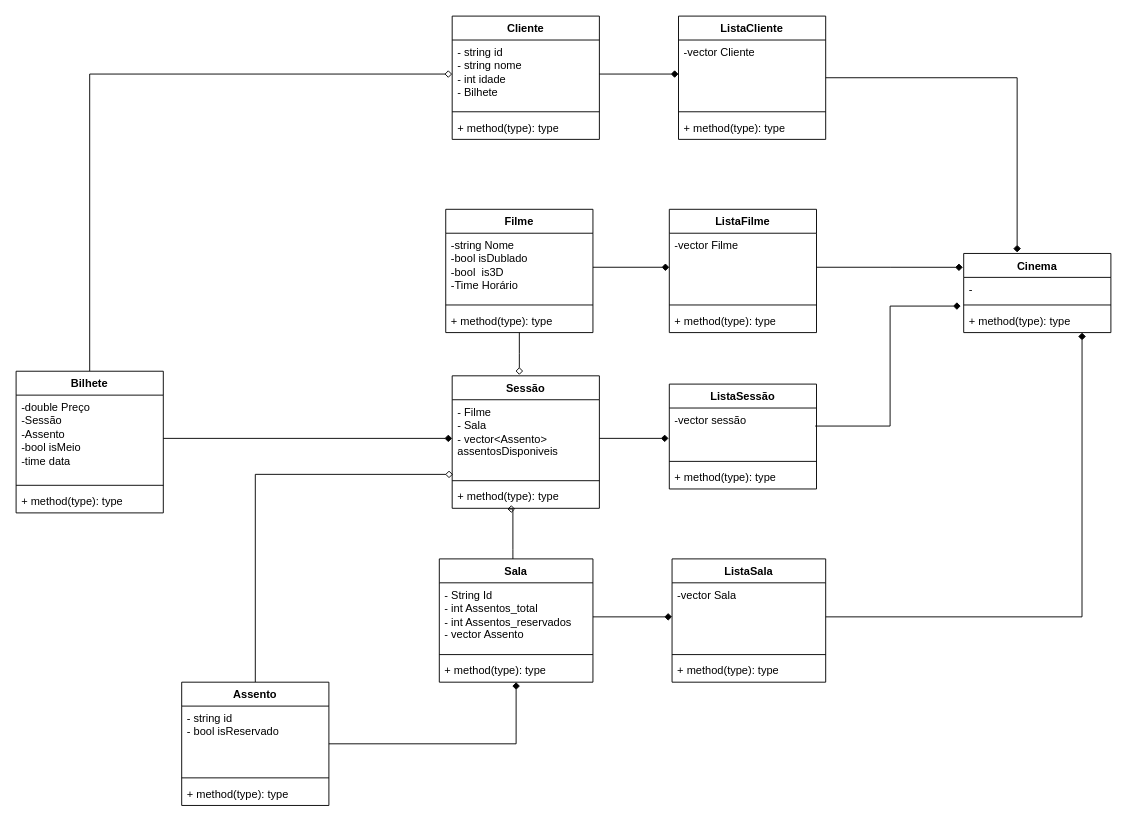
Before: Diagrama sem nome.drawio in eramoss/CineCon, a draw.io diagram. Source tidied: cells renumbered, new cells numbered last; positions are measured from the earlier drawing's top-left corner, leaving out a move shared by most shapes. Both pictures are drawn from the tidied source at 92%, with x=0, y=0 at pixel (16, 16).
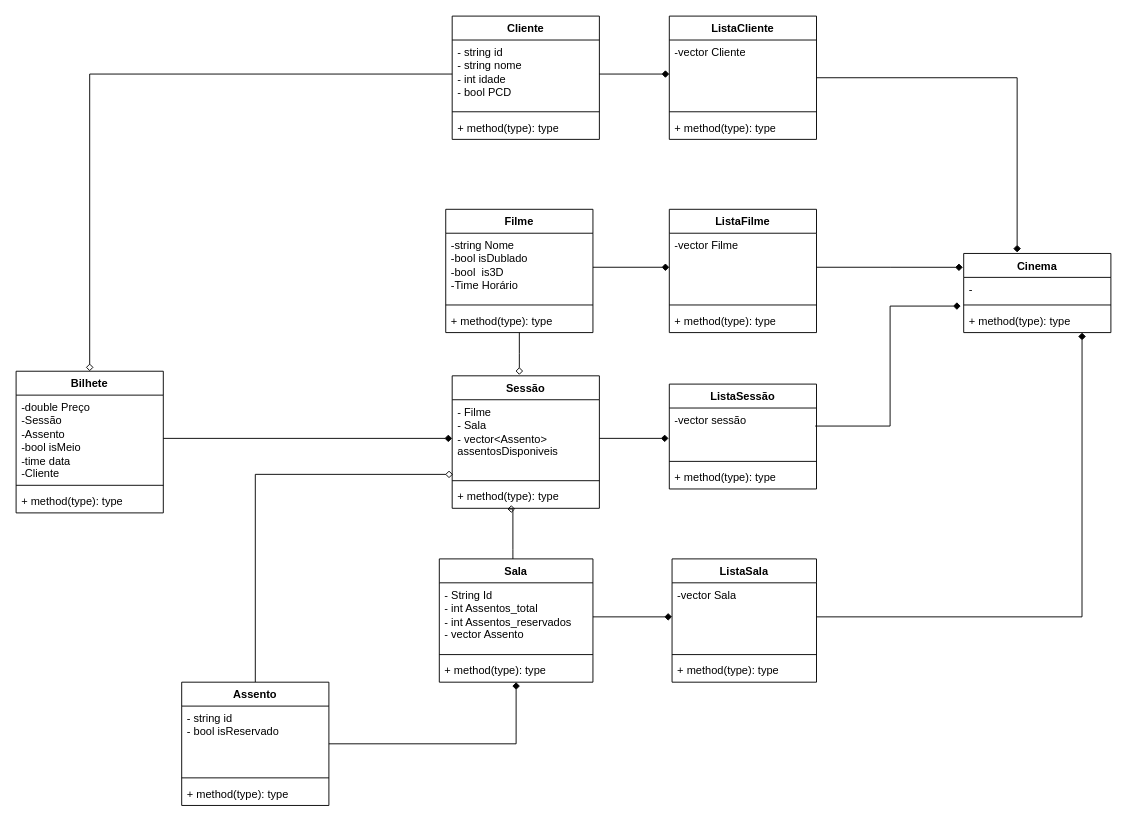
After the change.

Commit message:
add atributo pcd para cliente

The change refers to these unchanged cells:
```xml
<mxCell id="7" value="Bilhete" style="swimlane;fontStyle=1;align=center;verticalAlign=top;horizontal=1;startSize=26;whiteSpace=wrap;html=1;" parent="1" vertex="1">
  <mxGeometry y="386" width="160" height="154" as="geometry" />
</mxCell>
<mxCell id="11" value="Cliente" style="swimlane;fontStyle=1;align=center;verticalAlign=top;horizontal=1;startSize=26;whiteSpace=wrap;html=1;" parent="1" vertex="1">
  <mxGeometry x="474" width="160" height="134" as="geometry" />
</mxCell>
```

Diff of the diagram source:
```diff
@@
-    <mxCell id="6" style="edgeStyle=orthogonalEdgeStyle;rounded=0;jettySize=auto;html=1;entryX=0;entryY=0.5;entryDx=0;entryDy=0;endArrow=diamond;endFill=0;" parent="1" edge="1" source="7" target="12">
+    <mxCell id="6" style="edgeStyle=orthogonalEdgeStyle;rounded=0;jettySize=auto;html=1;entryX=0;entryY=0.5;entryDx=0;entryDy=0;endArrow=none;endFill=0;startArrow=diamond;startFill=0;" parent="1" edge="1" source="7" target="12">
       <mxGeometry relative="1" as="geometry" />
     </mxCell>
@@
-    <mxCell id="8" value="-double Preço&lt;br&gt;&lt;div&gt;-Sessão&lt;/div&gt;&lt;div&gt;-Assento&lt;br&gt;&lt;/div&gt;&lt;div&gt;-bool isMeio&lt;/div&gt;&lt;div&gt;-time data&lt;br&gt;&lt;/div&gt;" style="text;strokeColor=none;fillColor=none;align=left;verticalAlign=top;spacingLeft=4;spacingRight=4;overflow=hidden;points=[[0,0.5],[1,0.5]];portConstraint=eastwest;whiteSpace=wrap;html=1;" parent="7" vertex="1">
+    <mxCell id="8" value="-double Preço&lt;br&gt;&lt;div&gt;-Sessão&lt;/div&gt;&lt;div&gt;-Assento&lt;br&gt;&lt;/div&gt;&lt;div&gt;-bool isMeio&lt;/div&gt;&lt;div&gt;-time data&lt;/div&gt;&lt;div&gt;-Cliente&lt;br&gt;&lt;/div&gt;" style="text;strokeColor=none;fillColor=none;align=left;verticalAlign=top;spacingLeft=4;spacingRight=4;overflow=hidden;points=[[0,0.5],[1,0.5]];portConstraint=eastwest;whiteSpace=wrap;html=1;" parent="7" vertex="1">
       <mxGeometry y="26" width="160" height="94" as="geometry" />
     </mxCell>
@@
-    <mxCell id="12" value="&lt;div&gt;- string id&lt;/div&gt;&lt;div&gt;- string nome&lt;/div&gt;&lt;div&gt;- int idade&lt;/div&gt;&lt;div&gt;- Bilhete&lt;br&gt;&lt;/div&gt;" style="text;strokeColor=none;fillColor=none;align=left;verticalAlign=top;spacingLeft=4;spacingRight=4;overflow=hidden;points=[[0,0.5],[1,0.5]];portConstraint=eastwest;whiteSpace=wrap;html=1;" parent="11" vertex="1">
+    <mxCell id="12" value="&lt;div&gt;- string id&lt;/div&gt;&lt;div&gt;- string nome&lt;/div&gt;&lt;div&gt;- int idade&lt;/div&gt;&lt;div&gt;- bool PCD&lt;br&gt;&lt;/div&gt;" style="text;strokeColor=none;fillColor=none;align=left;verticalAlign=top;spacingLeft=4;spacingRight=4;overflow=hidden;points=[[0,0.5],[1,0.5]];portConstraint=eastwest;whiteSpace=wrap;html=1;" parent="11" vertex="1">
       <mxGeometry y="26" width="160" height="74" as="geometry" />
     </mxCell>
@@
     <mxCell id="36" value="ListaCliente" style="swimlane;fontStyle=1;align=center;verticalAlign=top;horizontal=1;startSize=26;whiteSpace=wrap;html=1;" parent="1" vertex="1">
-      <mxGeometry x="720" width="160" height="134" as="geometry" />
+      <mxGeometry x="710" width="160" height="134" as="geometry" />
     </mxCell>
@@
     <mxCell id="45" value="ListaSala" style="swimlane;fontStyle=1;align=center;verticalAlign=top;horizontal=1;startSize=26;whiteSpace=wrap;html=1;" parent="1" vertex="1">
-      <mxGeometry x="713" y="590" width="167" height="134" as="geometry" />
+      <mxGeometry x="713" y="590" width="157" height="134" as="geometry" />
     </mxCell>
     <mxCell id="46" value="-vector Sala" style="text;strokeColor=none;fillColor=none;align=left;verticalAlign=top;spacingLeft=4;spacingRight=4;overflow=hidden;points=[[0,0.5],[1,0.5]];portConstraint=eastwest;whiteSpace=wrap;html=1;" parent="45" vertex="1">
-      <mxGeometry y="26" width="167" height="74" as="geometry" />
+      <mxGeometry y="26" width="157" height="74" as="geometry" />
     </mxCell>
     <mxCell id="47" style="line;strokeWidth=1;fillColor=none;align=left;verticalAlign=middle;spacingTop=-1;spacingLeft=3;spacingRight=3;labelPosition=right;strokeColor=inherit;" parent="45" vertex="1">
-      <mxGeometry y="100" width="167" height="8" as="geometry" />
+      <mxGeometry y="100" width="157" height="8" as="geometry" />
     </mxCell>
     <mxCell id="48" value="+ method(type): type" style="text;strokeColor=none;fillColor=none;align=left;verticalAlign=top;spacingLeft=4;spacingRight=4;overflow=hidden;whiteSpace=wrap;html=1;" parent="45" vertex="1">
-      <mxGeometry y="108" width="167" height="26" as="geometry" />
+      <mxGeometry y="108" width="157" height="26" as="geometry" />
     </mxCell>
```
